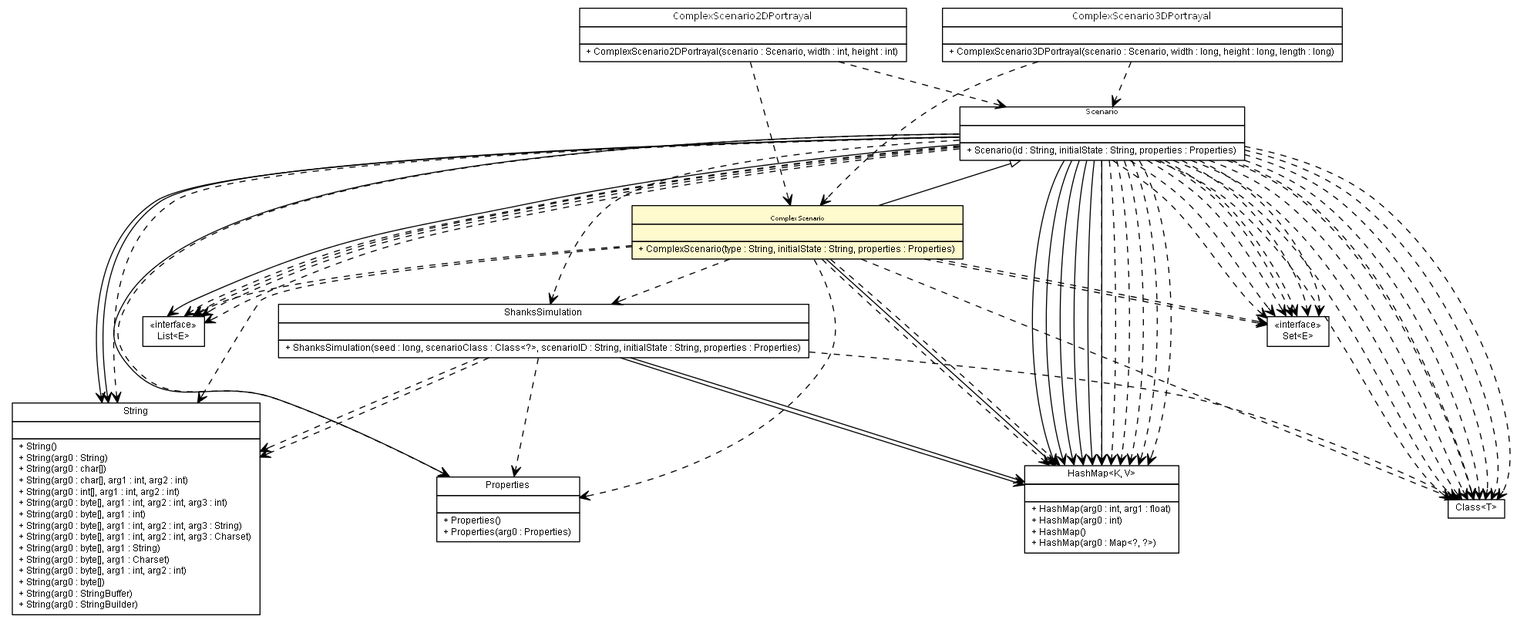
This is apidocs/es/upm/dit/gsi/shanks/model/scenario/ComplexScenario.png from gsi-upm/Shanks, a Graphviz export, as it was before one commit. Its source is kept beside it as apidocs/es/upm/dit/gsi/shanks/model/scenario/ComplexScenario.dot.
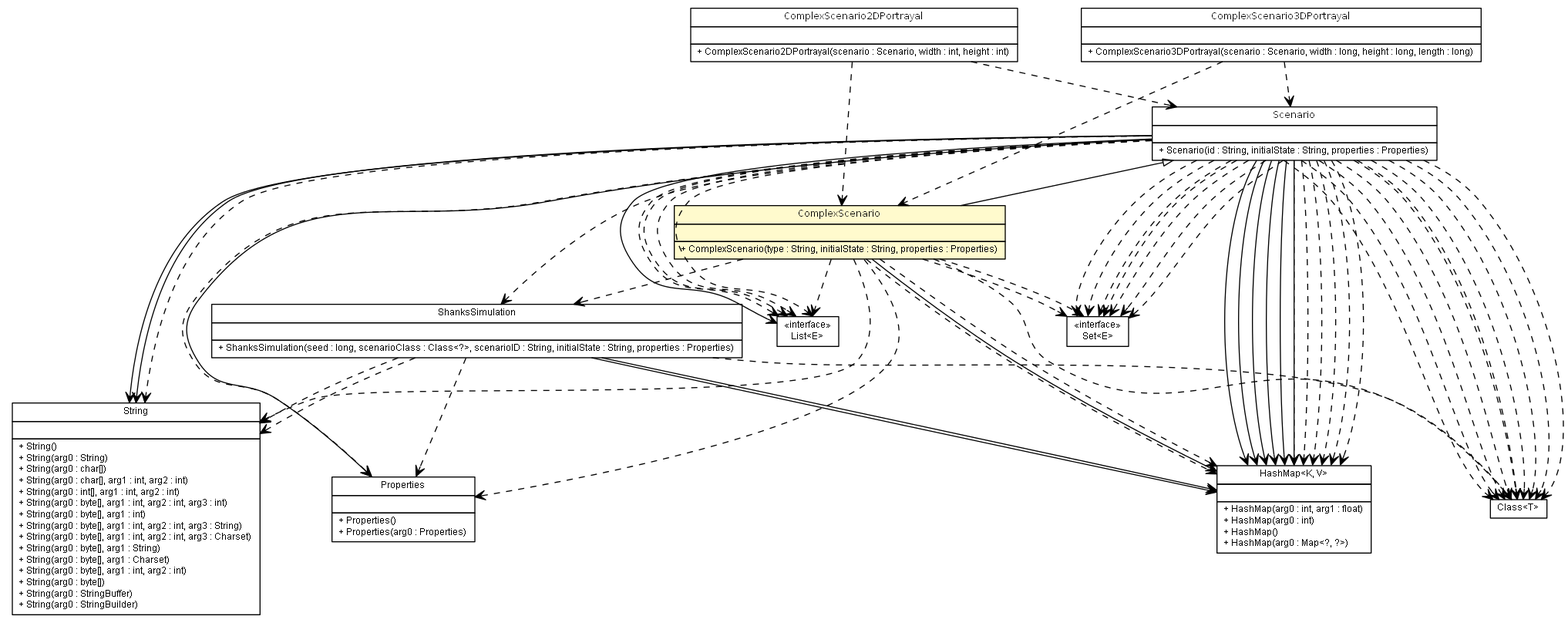
After the commit.

The edit, as a diff of the source:
```diff
@@ -74,53 +74,53 @@
 	c6481:p -> c6485:p [taillabel="", label="", headlabel="", fontname="arial", fontcolor="black", fontsize=10.0, color="black", arrowhead=open];
 	c6481:p -> c6485:p [taillabel="", label="", headlabel="", fontname="arial", fontcolor="black", fontsize=10.0, color="black", arrowhead=open];
 	c6456:p -> c6486:p [taillabel="", label="", headlabel="", fontname="arial", fontcolor="black", fontsize=10.0, color="black", arrowhead=open, style=dashed];
+	c6456:p -> c6483:p [taillabel="", label="", headlabel="", fontname="arial", fontcolor="black", fontsize=10.0, color="black", arrowhead=open, style=dashed];
 	c6456:p -> c6484:p [taillabel="", label="", headlabel="", fontname="arial", fontcolor="black", fontsize=10.0, color="black", arrowhead=open, style=dashed];
+	c6456:p -> c6485:p [taillabel="", label="", headlabel="", fontname="arial", fontcolor="black", fontsize=10.0, color="black", arrowhead=open, style=dashed];
 	c6456:p -> c6486:p [taillabel="", label="", headlabel="", fontname="arial", fontcolor="black", fontsize=10.0, color="black", arrowhead=open, style=dashed];
 	c6456:p -> c6485:p [taillabel="", label="", headlabel="", fontname="arial", fontcolor="black", fontsize=10.0, color="black", arrowhead=open, style=dashed];
+	c6456:p -> c6482:p [taillabel="", label="", headlabel="", fontname="arial", fontcolor="black", fontsize=10.0, color="black", arrowhead=open, style=dashed];
+	c6456:p -> c6485:p [taillabel="", label="", headlabel="", fontname="arial", fontcolor="black", fontsize=10.0, color="black", arrowhead=open, style=dashed];
+	c6456:p -> c6486:p [taillabel="", label="", headlabel="", fontname="arial", fontcolor="black", fontsize=10.0, color="black", arrowhead=open, style=dashed];
 	c6456:p -> c6485:p [taillabel="", label="", headlabel="", fontname="arial", fontcolor="black", fontsize=10.0, color="black", arrowhead=open, style=dashed];
 	c6456:p -> c6487:p [taillabel="", label="", headlabel="", fontname="arial", fontcolor="black", fontsize=10.0, color="black", arrowhead=open, style=dashed];
 	c6456:p -> c6486:p [taillabel="", label="", headlabel="", fontname="arial", fontcolor="black", fontsize=10.0, color="black", arrowhead=open, style=dashed];
-	c6456:p -> c6486:p [taillabel="", label="", headlabel="", fontname="arial", fontcolor="black", fontsize=10.0, color="black", arrowhead=open, style=dashed];
-	c6456:p -> c6484:p [taillabel="", label="", headlabel="", fontname="arial", fontcolor="black", fontsize=10.0, color="black", arrowhead=open, style=dashed];
+	c6456:p -> c6487:p [taillabel="", label="", headlabel="", fontname="arial", fontcolor="black", fontsize=10.0, color="black", arrowhead=open, style=dashed];
+	c6456:p -> c6487:p [taillabel="", label="", headlabel="", fontname="arial", fontcolor="black", fontsize=10.0, color="black", arrowhead=open, style=dashed];
+	c6456:p -> c6487:p [taillabel="", label="", headlabel="", fontname="arial", fontcolor="black", fontsize=10.0, color="black", arrowhead=open, style=dashed];
+	c6456:p -> c6481:p [taillabel="", label="", headlabel="", fontname="arial", fontcolor="black", fontsize=10.0, color="black", arrowhead=open, style=dashed];
+	c6456:p -> c6485:p [taillabel="", label="", headlabel="", fontname="arial", fontcolor="black", fontsize=10.0, color="black", arrowhead=open, style=dashed];
+	c6456:p -> c6487:p [taillabel="", label="", headlabel="", fontname="arial", fontcolor="black", fontsize=10.0, color="black", arrowhead=open, style=dashed];
 	c6456:p -> c6487:p [taillabel="", label="", headlabel="", fontname="arial", fontcolor="black", fontsize=10.0, color="black", arrowhead=open, style=dashed];
 	c6456:p -> c6485:p [taillabel="", label="", headlabel="", fontname="arial", fontcolor="black", fontsize=10.0, color="black", arrowhead=open, style=dashed];
-	c6456:p -> c6487:p [taillabel="", label="", headlabel="", fontname="arial", fontcolor="black", fontsize=10.0, color="black", arrowhead=open, style=dashed];
-	c6456:p -> c6486:p [taillabel="", label="", headlabel="", fontname="arial", fontcolor="black", fontsize=10.0, color="black", arrowhead=open, style=dashed];
-	c6456:p -> c6485:p [taillabel="", label="", headlabel="", fontname="arial", fontcolor="black", fontsize=10.0, color="black", arrowhead=open, style=dashed];
-	c6456:p -> c6483:p [taillabel="", label="", headlabel="", fontname="arial", fontcolor="black", fontsize=10.0, color="black", arrowhead=open, style=dashed];
-	c6456:p -> c6487:p [taillabel="", label="", headlabel="", fontname="arial", fontcolor="black", fontsize=10.0, color="black", arrowhead=open, style=dashed];
-	c6456:p -> c6482:p [taillabel="", label="", headlabel="", fontname="arial", fontcolor="black", fontsize=10.0, color="black", arrowhead=open, style=dashed];
 	c6456:p -> c6486:p [taillabel="", label="", headlabel="", fontname="arial", fontcolor="black", fontsize=10.0, color="black", arrowhead=open, style=dashed];
 	c6456:p -> c6486:p [taillabel="", label="", headlabel="", fontname="arial", fontcolor="black", fontsize=10.0, color="black", arrowhead=open, style=dashed];
 	c6456:p -> c6487:p [taillabel="", label="", headlabel="", fontname="arial", fontcolor="black", fontsize=10.0, color="black", arrowhead=open, style=dashed];
-	c6456:p -> c6485:p [taillabel="", label="", headlabel="", fontname="arial", fontcolor="black", fontsize=10.0, color="black", arrowhead=open, style=dashed];
-	c6456:p -> c6486:p [taillabel="", label="", headlabel="", fontname="arial", fontcolor="black", fontsize=10.0, color="black", arrowhead=open, style=dashed];
+	c6456:p -> c6484:p [taillabel="", label="", headlabel="", fontname="arial", fontcolor="black", fontsize=10.0, color="black", arrowhead=open, style=dashed];
+	c6456:p -> c6484:p [taillabel="", label="", headlabel="", fontname="arial", fontcolor="black", fontsize=10.0, color="black", arrowhead=open, style=dashed];
 	c6456:p -> c6487:p [taillabel="", label="", headlabel="", fontname="arial", fontcolor="black", fontsize=10.0, color="black", arrowhead=open, style=dashed];
-	c6456:p -> c6486:p [taillabel="", label="", headlabel="", fontname="arial", fontcolor="black", fontsize=10.0, color="black", arrowhead=open, style=dashed];
-	c6456:p -> c6485:p [taillabel="", label="", headlabel="", fontname="arial", fontcolor="black", fontsize=10.0, color="black", arrowhead=open, style=dashed];
-	c6456:p -> c6481:p [taillabel="", label="", headlabel="", fontname="arial", fontcolor="black", fontsize=10.0, color="black", arrowhead=open, style=dashed];
+	c6456:p -> c6487:p [taillabel="", label="", headlabel="", fontname="arial", fontcolor="black", fontsize=10.0, color="black", arrowhead=open, style=dashed];
 	c6456:p -> c6484:p [taillabel="", label="", headlabel="", fontname="arial", fontcolor="black", fontsize=10.0, color="black", arrowhead=open, style=dashed];
 	c6456:p -> c6486:p [taillabel="", label="", headlabel="", fontname="arial", fontcolor="black", fontsize=10.0, color="black", arrowhead=open, style=dashed];
 	c6456:p -> c6487:p [taillabel="", label="", headlabel="", fontname="arial", fontcolor="black", fontsize=10.0, color="black", arrowhead=open, style=dashed];
-	c6456:p -> c6484:p [taillabel="", label="", headlabel="", fontname="arial", fontcolor="black", fontsize=10.0, color="black", arrowhead=open, style=dashed];
 	c6457:p -> c6485:p [taillabel="", label="", headlabel="", fontname="arial", fontcolor="black", fontsize=10.0, color="black", arrowhead=open, style=dashed];
+	c6457:p -> c6483:p [taillabel="", label="", headlabel="", fontname="arial", fontcolor="black", fontsize=10.0, color="black", arrowhead=open, style=dashed];
+	c6457:p -> c6487:p [taillabel="", label="", headlabel="", fontname="arial", fontcolor="black", fontsize=10.0, color="black", arrowhead=open, style=dashed];
 	c6457:p -> c6481:p [taillabel="", label="", headlabel="", fontname="arial", fontcolor="black", fontsize=10.0, color="black", arrowhead=open, style=dashed];
+	c6457:p -> c6482:p [taillabel="", label="", headlabel="", fontname="arial", fontcolor="black", fontsize=10.0, color="black", arrowhead=open, style=dashed];
+	c6457:p -> c6484:p [taillabel="", label="", headlabel="", fontname="arial", fontcolor="black", fontsize=10.0, color="black", arrowhead=open, style=dashed];
+	c6457:p -> c6485:p [taillabel="", label="", headlabel="", fontname="arial", fontcolor="black", fontsize=10.0, color="black", arrowhead=open, style=dashed];
 	c6457:p -> c6486:p [taillabel="", label="", headlabel="", fontname="arial", fontcolor="black", fontsize=10.0, color="black", arrowhead=open, style=dashed];
-	c6457:p -> c6484:p [taillabel="", label="", headlabel="", fontname="arial", fontcolor="black", fontsize=10.0, color="black", arrowhead=open, style=dashed];
-	c6457:p -> c6482:p [taillabel="", label="", headlabel="", fontname="arial", fontcolor="black", fontsize=10.0, color="black", arrowhead=open, style=dashed];
-	c6457:p -> c6485:p [taillabel="", label="", headlabel="", fontname="arial", fontcolor="black", fontsize=10.0, color="black", arrowhead=open, style=dashed];
-	c6457:p -> c6487:p [taillabel="", label="", headlabel="", fontname="arial", fontcolor="black", fontsize=10.0, color="black", arrowhead=open, style=dashed];
-	c6457:p -> c6487:p [taillabel="", label="", headlabel="", fontname="arial", fontcolor="black", fontsize=10.0, color="black", arrowhead=open, style=dashed];
-	c6457:p -> c6483:p [taillabel="", label="", headlabel="", fontname="arial", fontcolor="black", fontsize=10.0, color="black", arrowhead=open, style=dashed];
+	c6457:p -> c6486:p [taillabel="", label="", headlabel="", fontname="arial", fontcolor="black", fontsize=10.0, color="black", arrowhead=open, style=dashed];
+	c6467:p -> c6456:p [taillabel="", label="", headlabel="", fontname="arial", fontcolor="black", fontsize=10.0, color="black", arrowhead=open, style=dashed];
 	c6467:p -> c6457:p [taillabel="", label="", headlabel="", fontname="arial", fontcolor="black", fontsize=10.0, color="black", arrowhead=open, style=dashed];
-	c6467:p -> c6456:p [taillabel="", label="", headlabel="", fontname="arial", fontcolor="black", fontsize=10.0, color="black", arrowhead=open, style=dashed];
+	c6468:p -> c6456:p [taillabel="", label="", headlabel="", fontname="arial", fontcolor="black", fontsize=10.0, color="black", arrowhead=open, style=dashed];
 	c6468:p -> c6457:p [taillabel="", label="", headlabel="", fontname="arial", fontcolor="black", fontsize=10.0, color="black", arrowhead=open, style=dashed];
-	c6468:p -> c6456:p [taillabel="", label="", headlabel="", fontname="arial", fontcolor="black", fontsize=10.0, color="black", arrowhead=open, style=dashed];
+	c6481:p -> c6483:p [taillabel="", label="", headlabel="", fontname="arial", fontcolor="black", fontsize=10.0, color="black", arrowhead=open, style=dashed];
 	c6481:p -> c6482:p [taillabel="", label="", headlabel="", fontname="arial", fontcolor="black", fontsize=10.0, color="black", arrowhead=open, style=dashed];
+	c6481:p -> c6487:p [taillabel="", label="", headlabel="", fontname="arial", fontcolor="black", fontsize=10.0, color="black", arrowhead=open, style=dashed];
 	c6481:p -> c6482:p [taillabel="", label="", headlabel="", fontname="arial", fontcolor="black", fontsize=10.0, color="black", arrowhead=open, style=dashed];
-	c6481:p -> c6486:p [taillabel="", label="", headlabel="", fontname="arial", fontcolor="black", fontsize=10.0, color="black", arrowhead=open, style=dashed];
-	c6481:p -> c6483:p [taillabel="", label="", headlabel="", fontname="arial", fontcolor="black", fontsize=10.0, color="black", arrowhead=open, style=dashed];
-	c6486 [label=<<table title="java.lang.Class" border="0" cellborder="1" cellspacing="0" cellpadding="2" port="p" href="http://java.sun.com/j2se/1.4.2/docs/api/java/lang/Class.html">
+	c6487 [label=<<table title="java.lang.Class" border="0" cellborder="1" cellspacing="0" cellpadding="2" port="p" href="http://java.sun.com/j2se/1.4.2/docs/api/java/lang/Class.html">
 		<tr><td><table border="0" cellspacing="0" cellpadding="1">
 <tr><td align="center" balign="center"> Class&lt;T&gt; </td></tr>
 		</table></td></tr>
@@ -157,7 +157,7 @@
 <tr><td align="left" balign="left"> + HashMap(arg0 : Map&lt;?, ?&gt;) </td></tr>
 		</table></td></tr>
 		</table>>, fontname="arial", fontcolor="black", fontsize=9.0];
-	c6487 [label=<<table title="java.util.Set" border="0" cellborder="1" cellspacing="0" cellpadding="2" port="p" href="http://java.sun.com/j2se/1.4.2/docs/api/java/util/Set.html">
+	c6486 [label=<<table title="java.util.Set" border="0" cellborder="1" cellspacing="0" cellpadding="2" port="p" href="http://java.sun.com/j2se/1.4.2/docs/api/java/util/Set.html">
 		<tr><td><table border="0" cellspacing="0" cellpadding="1">
 <tr><td align="center" balign="center"> &#171;interface&#187; </td></tr>
 <tr><td align="center" balign="center"> Set&lt;E&gt; </td></tr>
```
